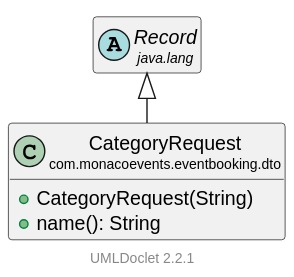
LorisDrid/event-booking-api keeps this PlantUML diagram as docs/uml/com/monacoevents/eventbooking/dto/CategoryRequest.svg. Above is the earlier version. The source it was exported from:
```plantuml
@startuml


    !pragma layout smetana

    set namespaceSeparator none
    hide empty fields
    hide empty methods

    class "<size:14>CategoryRequest\n<size:10>com.monacoevents.eventbooking.dto" as com.monacoevents.eventbooking.dto.CategoryRequest [[..\..\..\..\..\..\target\reports\apidocs\com\monacoevents\eventbooking\dto\CategoryRequest.html]] {
        +CategoryRequest(String)
        +name(): String
    }

    abstract class "<size:14>Record\n<size:10>java.lang" as java.lang.Record

    java.lang.Record <|-- com.monacoevents.eventbooking.dto.CategoryRequest

    <style>
        footer {
            HyperLinkColor #8
            HyperLinkUnderlineThickness 0
        }
    </style>
    footer \n[[https://github.com/talsma-ict/umldoclet UMLDoclet 2.2.1]]
@enduml
```
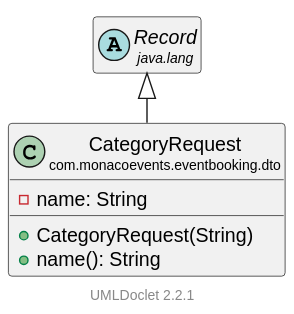
The same diagram one commit later.

What changed in the source:
```diff
@@ -8,6 +8,7 @@
     hide empty methods
 
     class "<size:14>CategoryRequest\n<size:10>com.monacoevents.eventbooking.dto" as com.monacoevents.eventbooking.dto.CategoryRequest [[..\..\..\..\..\..\target\reports\apidocs\com\monacoevents\eventbooking\dto\CategoryRequest.html]] {
+        -name: String
         +CategoryRequest(String)
         +name(): String
     }
```
